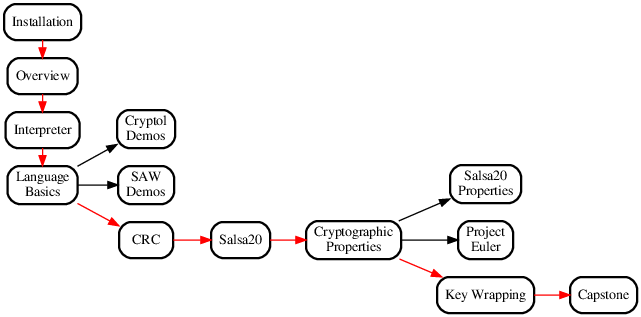
Before: misc/deps.png, a diagram exported from Graphviz (weaversa/cryptol-course). Its source is kept beside it as misc/deps.gv.
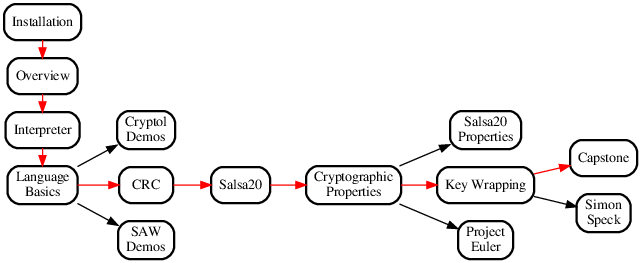
After the change.

Commit message:
Added Simon and Speck lab to the README and flow svg:

What changed in the source:
```diff
@@ -18,14 +18,15 @@
   Interpreter [URL="https://github.com/weaversa/cryptol-course/blob/master/labs/Interpreter/Interpreter.md"];
   LanguageBasics [URL="https://github.com/weaversa/cryptol-course/blob/master/labs/Language/Basics.md"];
   CryptolDemos [URL="https://github.com/weaversa/cryptol-course/blob/master/labs/Demos/Cryptol/Demos.md"];
+  CRC [URL="https://github.com/weaversa/cryptol-course/blob/master/labs/CRC/CRC.md"];
   SAWDemos [URL="https://github.com/weaversa/cryptol-course/blob/master/labs/Demos/SAW/Demos.md"];
-  CRC [URL="https://github.com/weaversa/cryptol-course/blob/master/labs/CRC/CRC.md"];
   Salsa20 [URL="https://github.com/weaversa/cryptol-course/blob/master/labs/Salsa20/Salsa20.md"];
   Salsa20Properties [URL="https://github.com/weaversa/cryptol-course/blob/master/labs/Salsa20/Salsa20Props.md"];
+  KeyWrapping [URL="https://github.com/weaversa/cryptol-course/blob/master/labs/KeyWrapping/KeyWrapping.md"];
   CryptographicProperties [URL="https://github.com/weaversa/cryptol-course/blob/master/labs/CryptoProofs/CryptoProofs.md"];
-  KeyWrapping [URL="https://github.com/weaversa/cryptol-course/blob/master/labs/KeyWrapping/KeyWrapping.md"];
+  ProjectEuler [URL="https://github.com/weaversa/cryptol-course/blob/master/labs/ProjectEuler/ProjectEuler.md"];
   Capstone [URL="https://github.com/weaversa/cryptol-course/blob/master/labs/LoremIpsum/LoremIpsum.md"];
-  ProjectEuler [URL="https://github.com/weaversa/cryptol-course/blob/master/labs/ProjectEuler/ProjectEuler.md"];
+  SimonSpeck [URL="https://github.com/weaversa/cryptol-course/blob/master/labs/SimonSpeck/SimonSpeck.md"];
 
   LanguageBasics          [label="Language\nBasics"];
   Salsa20Properties       [label="Salsa20\nProperties"];
@@ -34,6 +35,7 @@
   ProjectEuler            [label="Project\nEuler"];
   CryptolDemos            [label="Cryptol\nDemos"];
   SAWDemos                [label="SAW\nDemos"];
+  SimonSpeck              [label="Simon\nSpeck"];
 
   edge [color=red];
   Installation -> Overview;
@@ -50,7 +52,7 @@
   CryptographicProperties -> ProjectEuler;
   LanguageBasics -> CryptolDemos;
   LanguageBasics -> SAWDemos;
+  KeyWrapping -> SimonSpeck;
 
-  {rank=same; Salsa20Properties -> ProjectEuler [style=invis];};
 
 }
```
